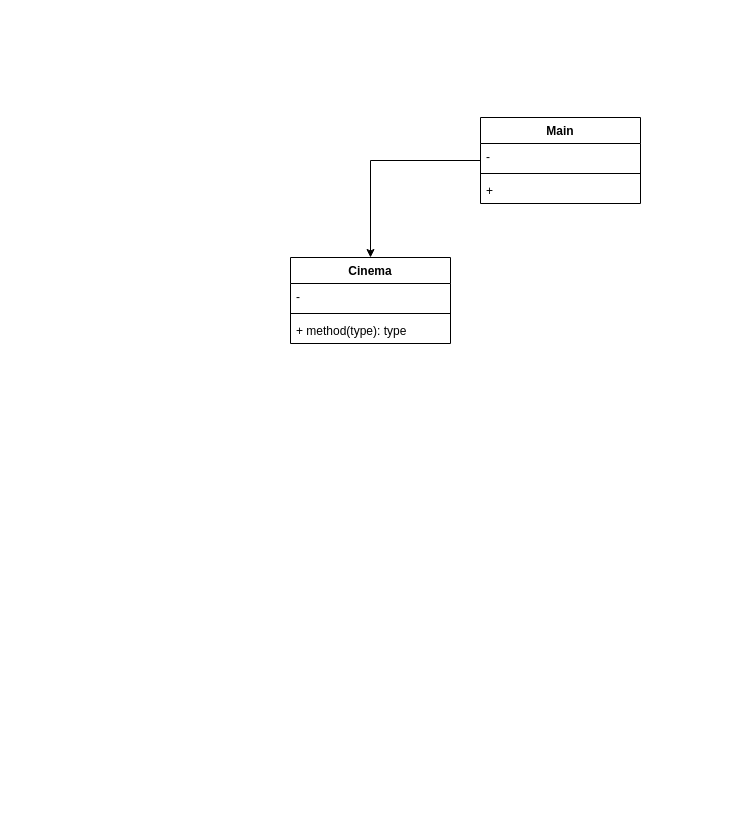
eramoss/CineCon keeps this draw.io diagram as Diagrama sem nome.drawio. Above is the earlier version. Source tidied: cells renumbered, new cells numbered last; positions are measured from the earlier drawing's top-left corner, leaving out a move shared by most shapes. Both pictures are drawn from the tidied source at 100%, with x=0, y=0 at pixel (290, 117).
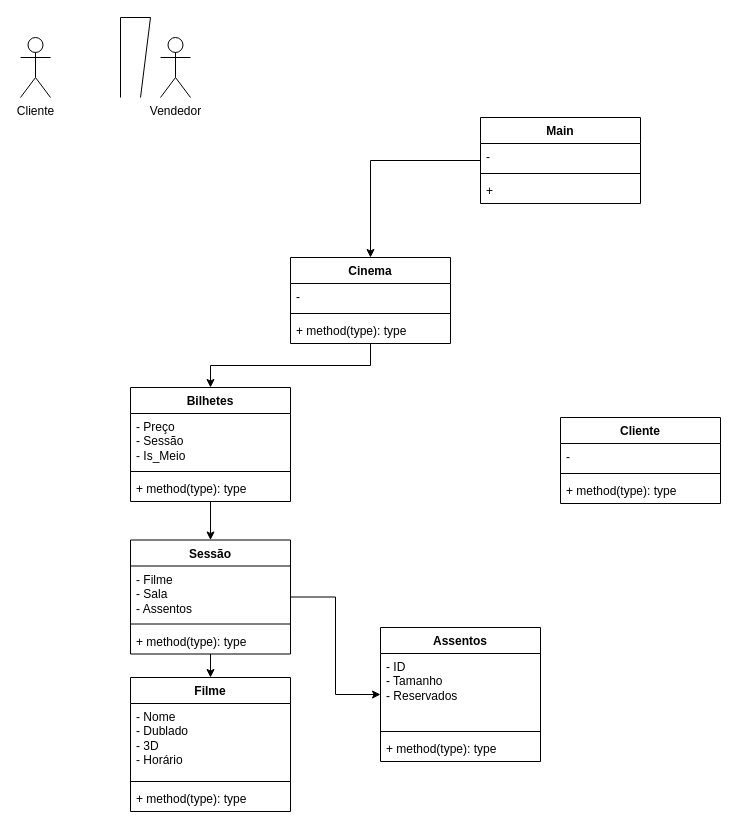
The same page after the edit.

The change refers to these unchanged cells:
```xml
<mxCell id="2" value="Cinema" style="swimlane;fontStyle=1;align=center;verticalAlign=top;horizontal=1;startSize=26;whiteSpace=wrap;html=1;" parent="1" vertex="1">
  <mxGeometry y="140" width="160" height="86" as="geometry" />
</mxCell>
```

What changed in the source:
```diff
@@
+    <mxCell id="11" value="Cliente" style="shape=umlActor;verticalLabelPosition=bottom;verticalAlign=top;html=1;" parent="1" vertex="1">
+      <mxGeometry x="-270" y="-80" width="30" height="60" as="geometry" />
+    </mxCell>
+    <mxCell id="12" style="edgeStyle=orthogonalEdgeStyle;rounded=0;jettySize=auto;html=1;" parent="1" edge="1" source="2" target="16">
+      <mxGeometry relative="1" as="geometry" />
+    </mxCell>
@@
+    <mxCell id="13" value="Vendedor&lt;br&gt;" style="shape=umlActor;verticalLabelPosition=bottom;verticalAlign=top;html=1;" parent="1" vertex="1">
+      <mxGeometry x="-130" y="-80" width="30" height="60" as="geometry" />
+    </mxCell>
@@
+    <mxCell id="14" style="endArrow=none;html=1;rounded=0;" parent="1" edge="1">
+      <mxGeometry relative="1" as="geometry">
+        <mxPoint x="-170" y="-20" as="sourcePoint" />
+        <mxPoint x="-150" y="-20" as="targetPoint" />
+        <Array as="points">
+          <mxPoint x="-170" y="-100" />
+          <mxPoint x="-140" y="-100" />
+        </Array>
+      </mxGeometry>
+    </mxCell>
@@
+    <mxCell id="15" style="edgeStyle=orthogonalEdgeStyle;rounded=0;jettySize=auto;html=1;" parent="1" edge="1" source="16" target="30">
+      <mxGeometry relative="1" as="geometry" />
+    </mxCell>
+    <mxCell id="16" value="Bilhetes" style="swimlane;fontStyle=1;align=center;verticalAlign=top;horizontal=1;startSize=26;whiteSpace=wrap;html=1;" parent="1" vertex="1">
+      <mxGeometry x="-160" y="270" width="160" height="114" as="geometry" />
+    </mxCell>
+    <mxCell id="17" value="- Preço&lt;br&gt;- Sessão&lt;br&gt;- Is_Meio" style="text;strokeColor=none;fillColor=none;align=left;verticalAlign=top;spacingLeft=4;spacingRight=4;overflow=hidden;whiteSpace=wrap;html=1;" parent="16" vertex="1">
+      <mxGeometry y="26" width="160" height="54" as="geometry" />
+    </mxCell>
+    <mxCell id="18" style="line;strokeWidth=1;fillColor=none;align=left;verticalAlign=middle;spacingTop=-1;spacingLeft=3;spacingRight=3;labelPosition=right;strokeColor=inherit;" parent="16" vertex="1">
+      <mxGeometry y="80" width="160" height="8" as="geometry" />
+    </mxCell>
+    <mxCell id="19" value="+ method(type): type" style="text;strokeColor=none;fillColor=none;align=left;verticalAlign=top;spacingLeft=4;spacingRight=4;overflow=hidden;whiteSpace=wrap;html=1;" parent="16" vertex="1">
+      <mxGeometry y="88" width="160" height="26" as="geometry" />
+    </mxCell>
+    <mxCell id="20" value="Cliente" style="swimlane;fontStyle=1;align=center;verticalAlign=top;horizontal=1;startSize=26;whiteSpace=wrap;html=1;" parent="1" vertex="1">
+      <mxGeometry x="270" y="300" width="160" height="86" as="geometry" />
+    </mxCell>
+    <mxCell id="21" value="-&amp;nbsp;" style="text;strokeColor=none;fillColor=none;align=left;verticalAlign=top;spacingLeft=4;spacingRight=4;overflow=hidden;whiteSpace=wrap;html=1;" parent="20" vertex="1">
+      <mxGeometry y="26" width="160" height="26" as="geometry" />
+    </mxCell>
+    <mxCell id="22" style="line;strokeWidth=1;fillColor=none;align=left;verticalAlign=middle;spacingTop=-1;spacingLeft=3;spacingRight=3;labelPosition=right;strokeColor=inherit;" parent="20" vertex="1">
+      <mxGeometry y="52" width="160" height="8" as="geometry" />
+    </mxCell>
+    <mxCell id="23" value="+ method(type): type" style="text;strokeColor=none;fillColor=none;align=left;verticalAlign=top;spacingLeft=4;spacingRight=4;overflow=hidden;whiteSpace=wrap;html=1;" parent="20" vertex="1">
+      <mxGeometry y="60" width="160" height="26" as="geometry" />
+    </mxCell>
+    <mxCell id="24" value="Filme" style="swimlane;fontStyle=1;align=center;verticalAlign=top;horizontal=1;startSize=26;whiteSpace=wrap;html=1;" parent="1" vertex="1">
+      <mxGeometry x="-160" y="560" width="160" height="134" as="geometry" />
+    </mxCell>
+    <mxCell id="25" value="- Nome&lt;br&gt;- Dublado&lt;br&gt;- 3D&lt;br&gt;- Horário" style="text;strokeColor=none;fillColor=none;align=left;verticalAlign=top;spacingLeft=4;spacingRight=4;overflow=hidden;whiteSpace=wrap;html=1;" parent="24" vertex="1">
+      <mxGeometry y="26" width="160" height="74" as="geometry" />
+    </mxCell>
+    <mxCell id="26" style="line;strokeWidth=1;fillColor=none;align=left;verticalAlign=middle;spacingTop=-1;spacingLeft=3;spacingRight=3;labelPosition=right;strokeColor=inherit;" parent="24" vertex="1">
+      <mxGeometry y="100" width="160" height="8" as="geometry" />
+    </mxCell>
+    <mxCell id="27" value="+ method(type): type" style="text;strokeColor=none;fillColor=none;align=left;verticalAlign=top;spacingLeft=4;spacingRight=4;overflow=hidden;whiteSpace=wrap;html=1;" parent="24" vertex="1">
+      <mxGeometry y="108" width="160" height="26" as="geometry" />
+    </mxCell>
+    <mxCell id="28" style="edgeStyle=orthogonalEdgeStyle;rounded=0;jettySize=auto;html=1;" parent="1" edge="1" source="30" target="24">
+      <mxGeometry relative="1" as="geometry" />
+    </mxCell>
+    <mxCell id="29" style="edgeStyle=orthogonalEdgeStyle;rounded=0;jettySize=auto;html=1;" parent="1" edge="1" source="30" target="34">
+      <mxGeometry relative="1" as="geometry" />
+    </mxCell>
+    <mxCell id="30" value="Sessão" style="swimlane;fontStyle=1;align=center;verticalAlign=top;horizontal=1;startSize=26;whiteSpace=wrap;html=1;" parent="1" vertex="1">
+      <mxGeometry x="-160" y="422.5" width="160" height="114" as="geometry" />
+    </mxCell>
+    <mxCell id="31" value="- Filme&lt;br&gt;- Sala&lt;br&gt;- Assentos" style="text;strokeColor=none;fillColor=none;align=left;verticalAlign=top;spacingLeft=4;spacingRight=4;overflow=hidden;whiteSpace=wrap;html=1;" parent="30" vertex="1">
+      <mxGeometry y="26" width="160" height="54" as="geometry" />
+    </mxCell>
+    <mxCell id="32" style="line;strokeWidth=1;fillColor=none;align=left;verticalAlign=middle;spacingTop=-1;spacingLeft=3;spacingRight=3;labelPosition=right;strokeColor=inherit;" parent="30" vertex="1">
+      <mxGeometry y="80" width="160" height="8" as="geometry" />
+    </mxCell>
+    <mxCell id="33" value="+ method(type): type" style="text;strokeColor=none;fillColor=none;align=left;verticalAlign=top;spacingLeft=4;spacingRight=4;overflow=hidden;whiteSpace=wrap;html=1;" parent="30" vertex="1">
+      <mxGeometry y="88" width="160" height="26" as="geometry" />
+    </mxCell>
+    <mxCell id="34" value="Assentos" style="swimlane;fontStyle=1;align=center;verticalAlign=top;horizontal=1;startSize=26;whiteSpace=wrap;html=1;" parent="1" vertex="1">
+      <mxGeometry x="90" y="510" width="160" height="134" as="geometry" />
+    </mxCell>
+    <mxCell id="35" value="- ID&lt;br&gt;- Tamanho&lt;br&gt;- Reservados" style="text;strokeColor=none;fillColor=none;align=left;verticalAlign=top;spacingLeft=4;spacingRight=4;overflow=hidden;whiteSpace=wrap;html=1;" parent="34" vertex="1">
+      <mxGeometry y="26" width="160" height="74" as="geometry" />
+    </mxCell>
+    <mxCell id="36" style="line;strokeWidth=1;fillColor=none;align=left;verticalAlign=middle;spacingTop=-1;spacingLeft=3;spacingRight=3;labelPosition=right;strokeColor=inherit;" parent="34" vertex="1">
+      <mxGeometry y="100" width="160" height="8" as="geometry" />
+    </mxCell>
+    <mxCell id="37" value="+ method(type): type" style="text;strokeColor=none;fillColor=none;align=left;verticalAlign=top;spacingLeft=4;spacingRight=4;overflow=hidden;whiteSpace=wrap;html=1;" parent="34" vertex="1">
+      <mxGeometry y="108" width="160" height="26" as="geometry" />
+    </mxCell>
```
